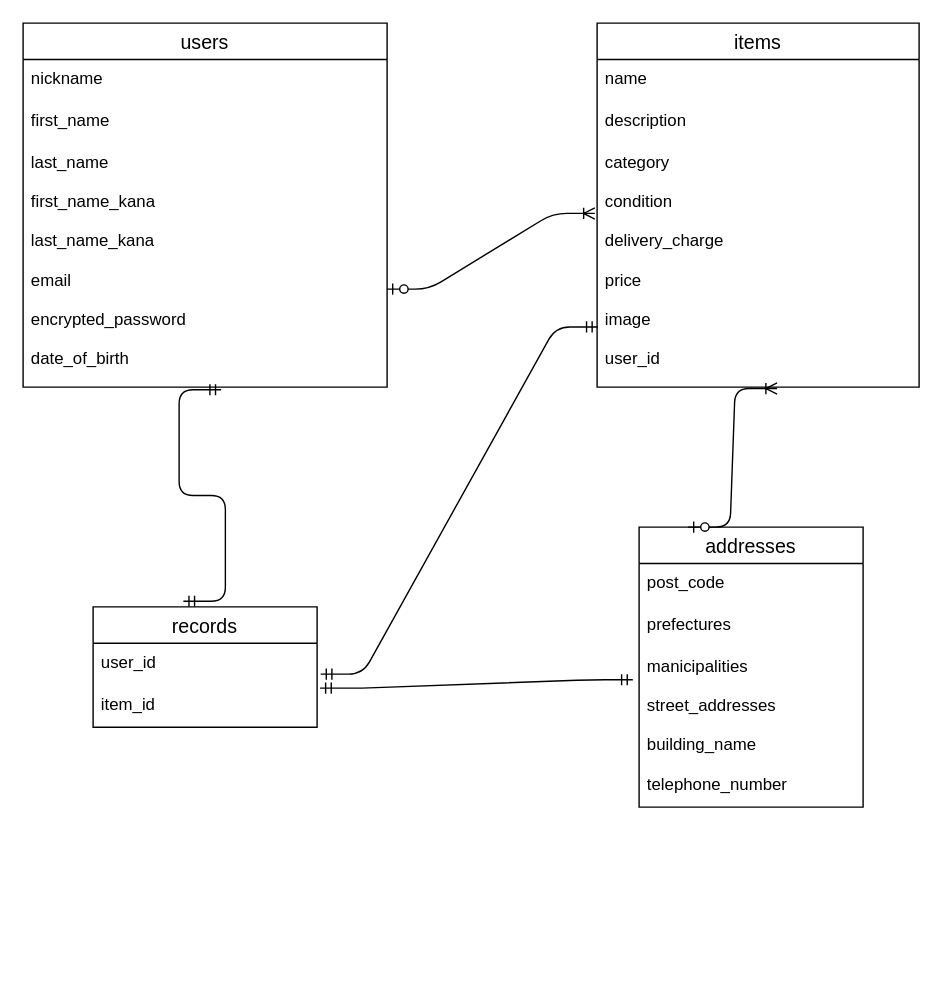
Before: test.dio in hirohisa-y/furima-40566, a draw.io diagram. Source tidied: cells renumbered, new cells numbered last; positions are measured from the earlier drawing's top-left corner, leaving out a move shared by most shapes. Both pictures are drawn from the tidied source at 140%, with x=0, y=0 at pixel (22, 22).
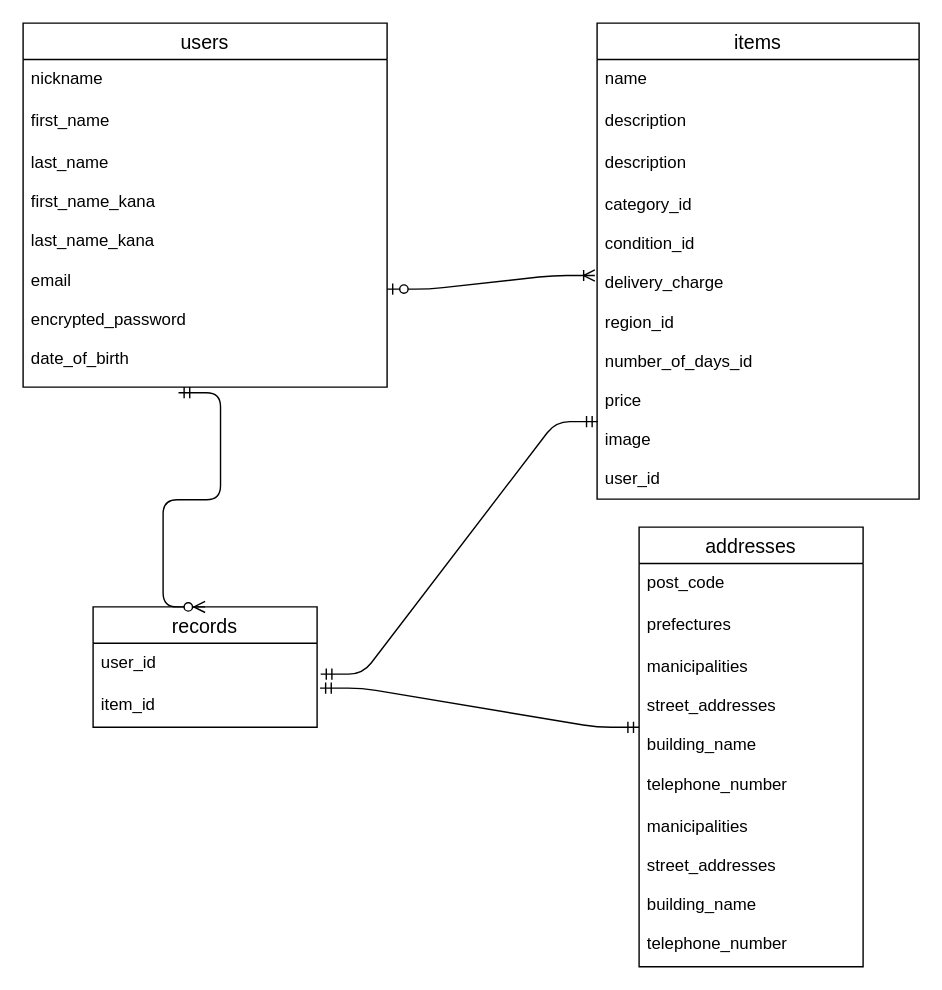
The same diagram, later.

Commit message (it also covers changes not shown here):
ER図、READMEの修正

Unchanged cells that the change refers to:
```xml
<mxCell id="5" value="last_name&#10;&#10;first_name_kana&#10;&#10;last_name_kana&#10;&#10;email&#10;&#10;encrypted_password&#10;&#10;date_of_birth" style="text;strokeColor=none;fillColor=none;spacingLeft=4;spacingRight=4;overflow=hidden;points=[[0,0.5],[1,0.5]];portConstraint=eastwest;fontSize=12;" parent="2" vertex="1">
  <mxGeometry y="86" width="260" height="174" as="geometry" />
</mxCell>
<mxCell id="10" value="records" style="swimlane;fontStyle=0;horizontal=1;startSize=26;align=center;fontSize=14;" parent="1" vertex="1">
  <mxGeometry x="50" y="417" width="160" height="86" as="geometry" />
</mxCell>
```

What changed in the source:
```diff
@@
     <mxCell id="6" value="items" style="swimlane;fontStyle=0;horizontal=1;startSize=26;align=center;fontSize=14;" parent="1" vertex="1">
-      <mxGeometry x="410" width="230" height="260" as="geometry" />
+      <mxGeometry x="410" width="230" height="340" as="geometry" />
     </mxCell>
@@
+    <mxCell id="22" value="description&#10;" style="text;strokeColor=none;fillColor=none;spacingLeft=4;spacingRight=4;overflow=hidden;fontSize=12;" parent="6" vertex="1">
+      <mxGeometry y="56" width="230" height="30" as="geometry" />
+    </mxCell>
     <mxCell id="8" value="description&#10;" style="text;strokeColor=none;fillColor=none;spacingLeft=4;spacingRight=4;overflow=hidden;fontSize=12;" parent="6" vertex="1">
-      <mxGeometry y="56" width="230" height="30" as="geometry" />
+      <mxGeometry y="86" width="230" height="30" as="geometry" />
     </mxCell>
-    <mxCell id="9" value="category&#10;&#10;condition&#10;&#10;delivery_charge&#10;&#10;price&#10;&#10;image&#10;&#10;user_id" style="text;strokeColor=none;fillColor=none;spacingLeft=4;spacingRight=4;overflow=hidden;points=[[0,0.5],[1,0.5]];portConstraint=eastwest;fontSize=12;" parent="6" vertex="1">
-      <mxGeometry y="86" width="230" height="174" as="geometry" />
+    <mxCell id="9" value="category_id&#10;&#10;condition_id&#10;&#10;delivery_charge&#10;&#10;region_id&#10;&#10;number_of_days_id&#10;&#10;price&#10;&#10;image&#10;&#10;user_id" style="text;strokeColor=none;fillColor=none;spacingLeft=4;spacingRight=4;overflow=hidden;points=[[0,0.5],[1,0.5]];portConstraint=eastwest;fontSize=12;" parent="6" vertex="1">
+      <mxGeometry y="116" width="230" height="224" as="geometry" />
     </mxCell>
@@
     <mxCell id="13" value="addresses" style="swimlane;fontStyle=0;horizontal=1;startSize=26;align=center;fontSize=14;" parent="1" vertex="1">
-      <mxGeometry x="440" y="360" width="160" height="200" as="geometry" />
+      <mxGeometry x="440" y="360" width="160" height="314" as="geometry" />
     </mxCell>
@@
+    <mxCell id="23" value="manicipalities&#10;&#10;street_addresses&#10;&#10;building_name&#10;&#10;telephone_number" style="text;strokeColor=none;fillColor=none;spacingLeft=4;spacingRight=4;overflow=hidden;points=[[0,0.5],[1,0.5]];portConstraint=eastwest;fontSize=12;" parent="13" vertex="1">
+      <mxGeometry y="86" width="160" height="114" as="geometry" />
+    </mxCell>
     <mxCell id="16" value="manicipalities&#10;&#10;street_addresses&#10;&#10;building_name&#10;&#10;telephone_number" style="text;strokeColor=none;fillColor=none;spacingLeft=4;spacingRight=4;overflow=hidden;points=[[0,0.5],[1,0.5]];portConstraint=eastwest;fontSize=12;" parent="13" vertex="1">
-      <mxGeometry y="86" width="160" height="114" as="geometry" />
+      <mxGeometry y="200" width="160" height="114" as="geometry" />
     </mxCell>
@@
-    <mxCell id="18" style="edgeStyle=entityRelationEdgeStyle;fontSize=12;html=1;endArrow=ERmandOne;startArrow=ERmandOne;exitX=0.403;exitY=-0.047;exitDx=0;exitDy=0;exitPerimeter=0;entryX=0.544;entryY=1.011;entryDx=0;entryDy=0;entryPerimeter=0;" parent="1" edge="1" source="10" target="5">
-      <mxGeometry relative="1" as="geometry" />
-    </mxCell>
@@
-    <mxCell id="20" style="edgeStyle=entityRelationEdgeStyle;fontSize=12;html=1;endArrow=ERoneToMany;startArrow=ERzeroToOne;entryX=0.559;entryY=1.006;entryDx=0;entryDy=0;entryPerimeter=0;" parent="1" edge="1" target="9">
-      <mxGeometry relative="1" as="geometry">
-        <mxPoint x="475" y="360" as="sourcePoint" />
-      </mxGeometry>
-    </mxCell>
-    <mxCell id="21" style="edgeStyle=entityRelationEdgeStyle;fontSize=12;html=1;endArrow=ERmandOne;startArrow=ERmandOne;exitX=1.016;exitY=0.733;exitDx=0;exitDy=0;exitPerimeter=0;entryX=-0.028;entryY=0.202;entryDx=0;entryDy=0;entryPerimeter=0;" parent="1" edge="1" target="16">
+    <mxCell id="21" style="edgeStyle=entityRelationEdgeStyle;fontSize=12;html=1;endArrow=ERmandOne;startArrow=ERmandOne;exitX=1.016;exitY=0.733;exitDx=0;exitDy=0;exitPerimeter=0;entryX=0;entryY=0.5;entryDx=0;entryDy=0;" parent="1" edge="1" target="23">
       <mxGeometry relative="1" as="geometry">
         <mxPoint x="212.1" y="475" as="sourcePoint" />
       </mxGeometry>
     </mxCell>
+    <mxCell id="24" style="edgeStyle=entityRelationEdgeStyle;fontSize=12;html=1;endArrow=ERzeroToMany;startArrow=ERmandOne;entryX=0.5;entryY=0;entryDx=0;entryDy=0;exitX=0.427;exitY=1.023;exitDx=0;exitDy=0;exitPerimeter=0;" parent="1" edge="1" source="5" target="10">
+      <mxGeometry relative="1" as="geometry" />
+    </mxCell>
```
